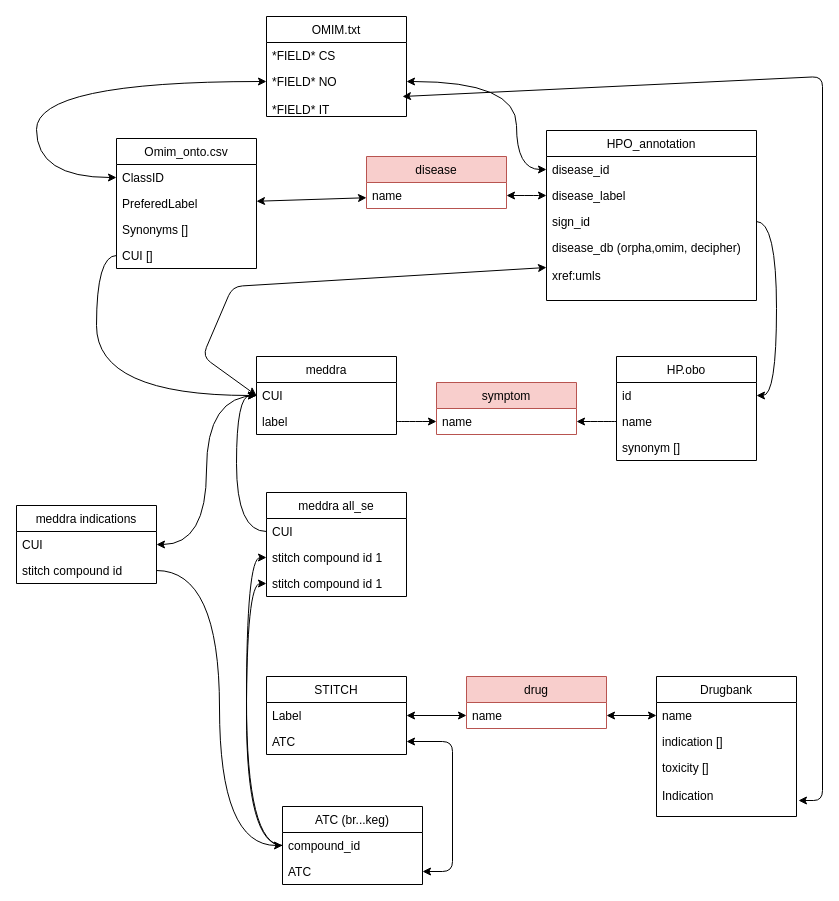
The draw.io diagram docs/structure/database/mapping.drawio in pBouillon/Drugbank, before the edit. Source tidied: cells renumbered, new cells numbered last; positions are measured from the earlier drawing's top-left corner, leaving out a move shared by most shapes. Both pictures are drawn from the tidied source at 100%, with x=0, y=0 at pixel (16, 16).
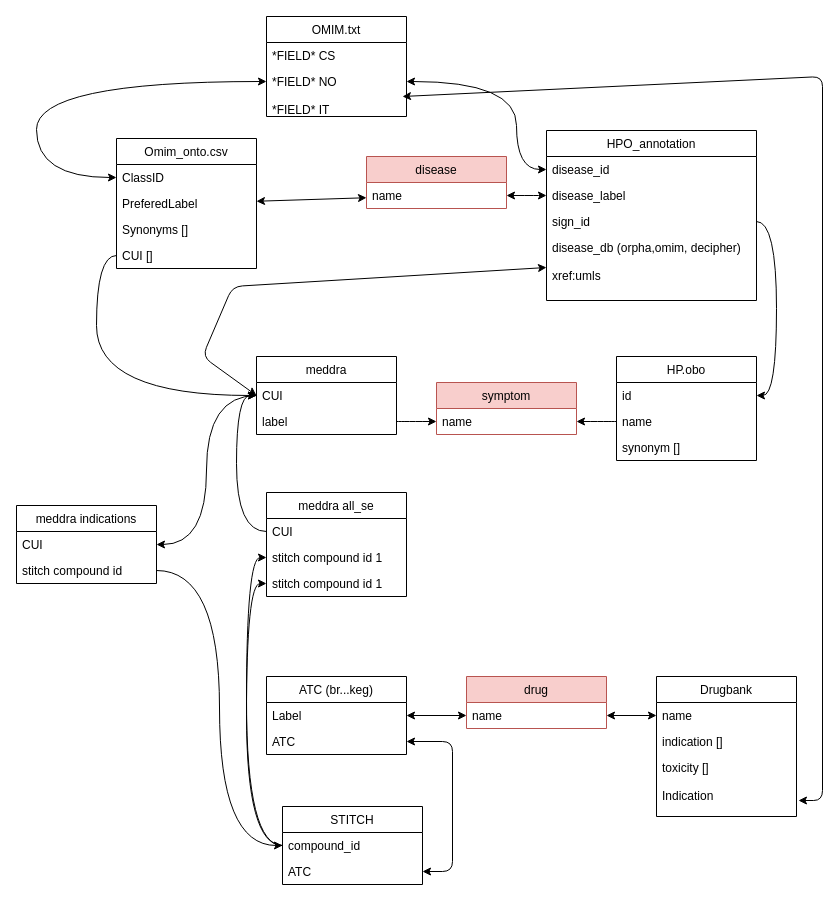
The same page after the edit.

Commit message (it also covers changes not shown here):
Update the mapping name for datasources

Change to the diagram source:
```diff
@@
-    <mxCell id="32" value="STITCH" style="swimlane;fontStyle=0;horizontal=1;startSize=26;fillColor=none;" parent="1" vertex="1">
+    <mxCell id="32" value="ATC (br...keg)" style="swimlane;fontStyle=0;horizontal=1;startSize=26;fillColor=none;" parent="1" vertex="1">
       <mxGeometry x="250" y="660" width="140" height="78" as="geometry" />
     </mxCell>
@@
-    <mxCell id="57" value="ATC (br...keg)" style="swimlane;fontStyle=0;horizontal=1;startSize=26;fillColor=none;" parent="1" vertex="1">
+    <mxCell id="57" value="STITCH" style="swimlane;fontStyle=0;horizontal=1;startSize=26;fillColor=none;" parent="1" vertex="1">
       <mxGeometry x="266" y="790" width="140" height="78" as="geometry" />
     </mxCell>
```
